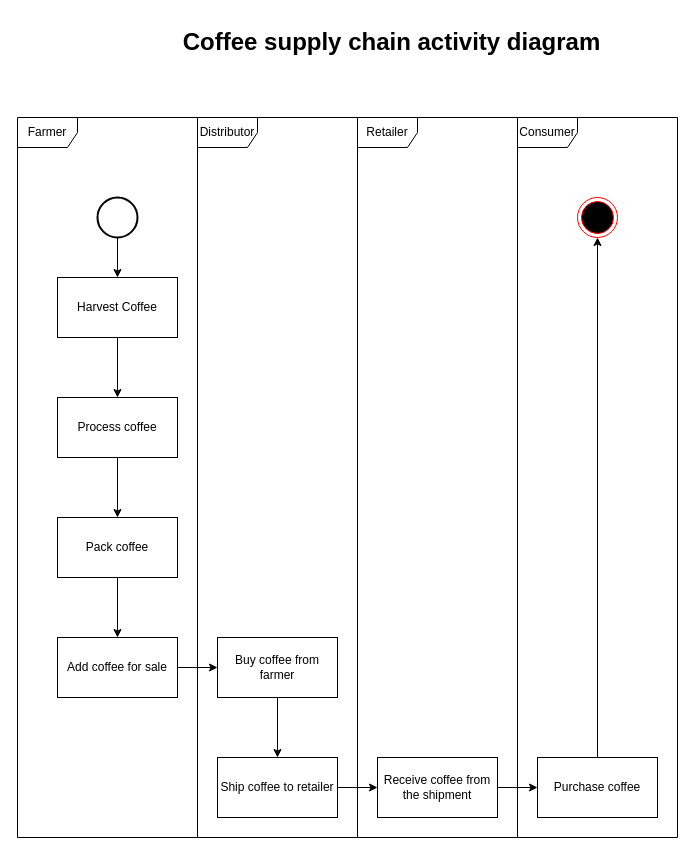
Before: supply-chain-dapp/UML/Activity.drawio in jawang94/solidity-supply-chain, a draw.io diagram. Source tidied: cells renumbered, new cells numbered last; positions are measured from the earlier drawing's top-left corner, leaving out a move shared by most shapes. Both pictures are drawn from the tidied source at 100%, with x=0, y=0 at pixel (17, 17).
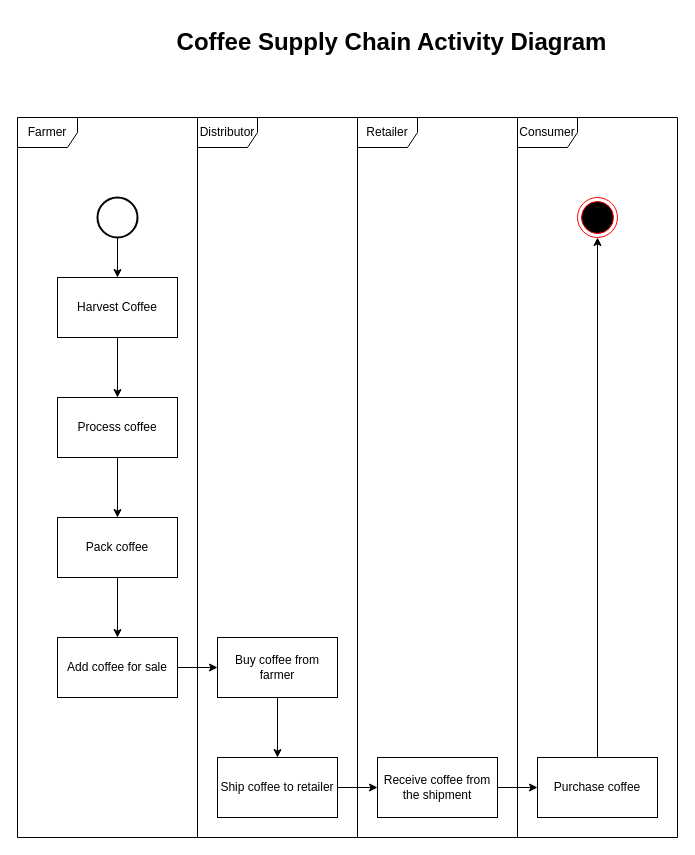
The same diagram, later.

The edit, as a diff of the source:
```diff
@@
-    <mxCell id="21" value="Coffee supply chain activity diagram" style="text;strokeColor=none;fillColor=none;html=1;fontSize=24;fontStyle=1;verticalAlign=middle;align=center;" parent="1" vertex="1">
+    <mxCell id="21" value="Coffee Supply Chain Activity Diagram" style="text;strokeColor=none;fillColor=none;html=1;fontSize=24;fontStyle=1;verticalAlign=middle;align=center;" parent="1" vertex="1">
       <mxGeometry x="261" width="226" height="50" as="geometry" />
     </mxCell>
```
